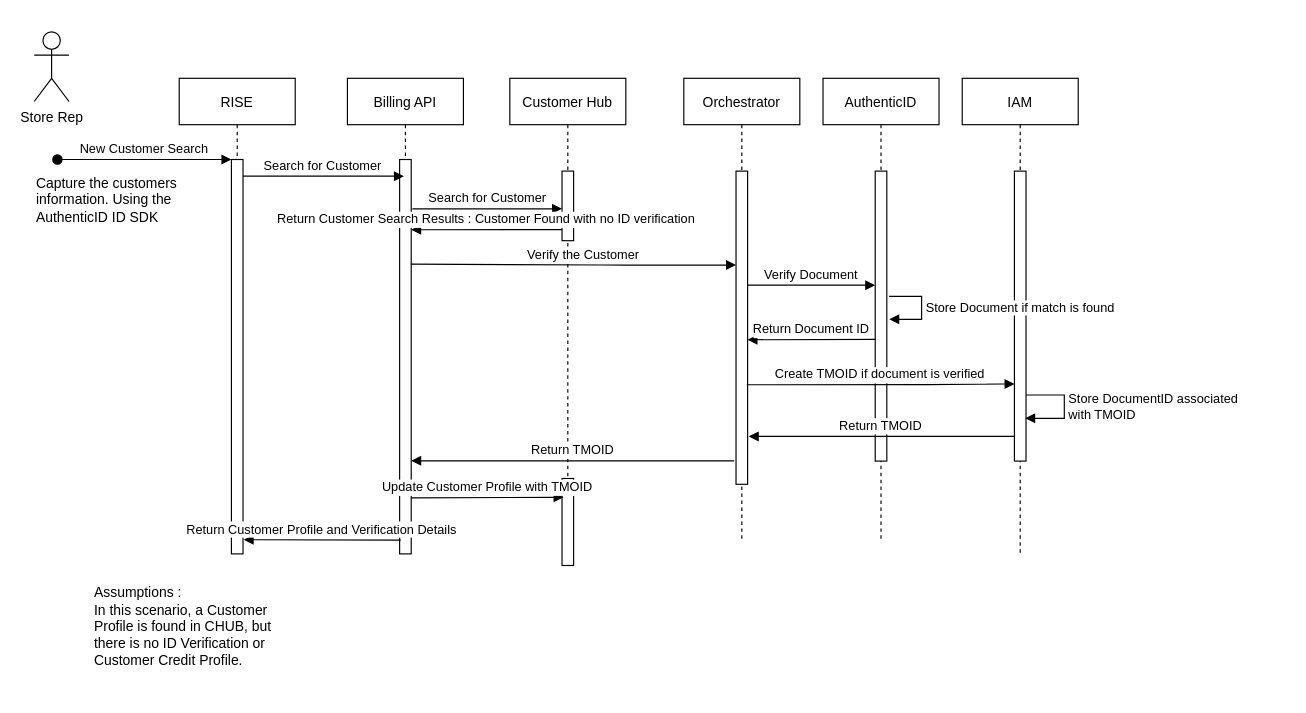
Earlier version of the draw.io diagram New_Customer_Create_IDVerification.drawio (ilokos/NCIM). Source tidied: cells renumbered, new cells numbered last; positions are measured from the earlier drawing's top-left corner, leaving out a move shared by most shapes. Both pictures are drawn from the tidied source at 116%, with x=0, y=0 at pixel (34, 31).
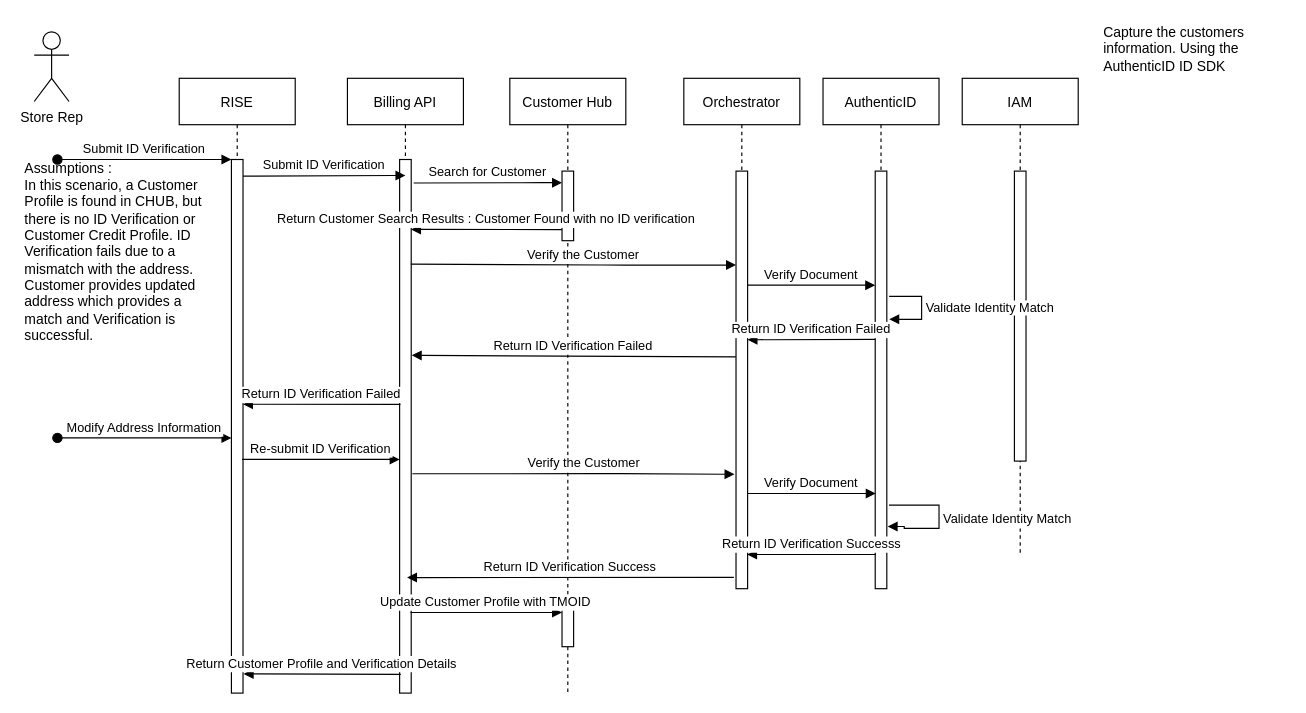
After the change.

Unchanged cells that the change refers to:
```xml
<mxCell id="10" style="html=1;points=[];perimeter=orthogonalPerimeter;" parent="9" vertex="1">
  <mxGeometry x="45" y="80" width="10" height="60" as="geometry" />
</mxCell>
<mxCell id="18" value="IAM" style="shape=umlLifeline;perimeter=lifelinePerimeter;rounded=0;shadow=0;strokeWidth=1;" parent="1" vertex="1">
  <mxGeometry x="800" y="40" width="100" height="410" as="geometry" />
</mxCell>
```

The edit, as a diff of the source:
```diff
@@
     <mxCell id="2" value="RISE" style="shape=umlLifeline;perimeter=lifelinePerimeter;rounded=0;shadow=0;strokeWidth=1;" parent="1" vertex="1">
-      <mxGeometry x="125" y="40" width="100" height="410" as="geometry" />
+      <mxGeometry x="125" y="40" width="100" height="530" as="geometry" />
     </mxCell>
     <mxCell id="3" style="points=[];perimeter=orthogonalPerimeter;rounded=0;shadow=0;strokeWidth=1;" parent="2" vertex="1">
-      <mxGeometry x="45" y="70" width="10" height="340" as="geometry" />
+      <mxGeometry x="45" y="70" width="10" height="460" as="geometry" />
     </mxCell>
-    <mxCell id="4" value="New Customer Search" style="verticalAlign=bottom;startArrow=oval;endArrow=block;startSize=8;shadow=0;strokeWidth=1;" parent="2" edge="1" target="3">
+    <mxCell id="4" value="Submit ID Verification" style="verticalAlign=bottom;startArrow=oval;endArrow=block;startSize=8;shadow=0;strokeWidth=1;" parent="2" edge="1" target="3">
       <mxGeometry relative="1" as="geometry">
         <mxPoint x="-105" y="70" as="sourcePoint" />
       </mxGeometry>
     </mxCell>
     <mxCell id="5" value="Billing API" style="shape=umlLifeline;perimeter=lifelinePerimeter;rounded=0;shadow=0;strokeWidth=1;" parent="1" vertex="1">
-      <mxGeometry x="270" y="40" width="100" height="410" as="geometry" />
+      <mxGeometry x="270" y="40" width="100" height="530" as="geometry" />
     </mxCell>
     <mxCell id="6" style="points=[];perimeter=orthogonalPerimeter;rounded=0;shadow=0;strokeWidth=1;" parent="5" vertex="1">
-      <mxGeometry x="45" y="70" width="10" height="340" as="geometry" />
+      <mxGeometry x="45" y="70" width="10" height="460" as="geometry" />
     </mxCell>
-    <mxCell id="7" value="Search for Customer" style="verticalAlign=bottom;endArrow=block;entryX=0.487;entryY=0.261;shadow=0;strokeWidth=1;entryDx=0;entryDy=0;entryPerimeter=0;" parent="1" edge="1">
+    <mxCell id="7" value="Submit ID Verification" style="verticalAlign=bottom;endArrow=block;shadow=0;strokeWidth=1;entryX=0.5;entryY=0.03;entryDx=0;entryDy=0;entryPerimeter=0;" parent="1" edge="1" target="6">
       <mxGeometry relative="1" as="geometry">
         <mxPoint x="180" y="124.4" as="sourcePoint" />
-        <mxPoint x="318.7" y="124.4" as="targetPoint" />
       </mxGeometry>
     </mxCell>
@@
     <mxCell id="9" value="Customer Hub" style="shape=umlLifeline;perimeter=lifelinePerimeter;rounded=0;shadow=0;strokeWidth=1;" parent="1" vertex="1">
-      <mxGeometry x="410" y="40" width="100" height="420" as="geometry" />
+      <mxGeometry x="410" y="40" width="100" height="530" as="geometry" />
     </mxCell>
@@
     <mxCell id="11" style="html=1;points=[];perimeter=orthogonalPerimeter;" parent="9" vertex="1">
-      <mxGeometry x="45" y="345" width="10" height="75" as="geometry" />
+      <mxGeometry x="45" y="450" width="10" height="40" as="geometry" />
     </mxCell>
-    <mxCell id="12" value="Search for Customer" style="verticalAlign=bottom;endArrow=block;shadow=0;strokeWidth=1;exitX=1.1;exitY=0.125;exitDx=0;exitDy=0;exitPerimeter=0;" parent="1" edge="1" source="6" target="10">
-      <mxGeometry relative="1" as="geometry" />
+    <mxCell id="12" value="Search for Customer" style="verticalAlign=bottom;endArrow=block;shadow=0;strokeWidth=1;exitX=1.214;exitY=0.044;exitDx=0;exitDy=0;exitPerimeter=0;" parent="1" edge="1" source="6" target="10">
+      <mxGeometry relative="1" as="geometry">
+        <Array as="points">
+          <mxPoint x="430" y="130" />
+        </Array>
+      </mxGeometry>
     </mxCell>
     <mxCell id="13" value="Capture the customers information. Using the AuthenticID ID SDK" style="text;html=1;strokeColor=none;fillColor=none;align=left;verticalAlign=middle;whiteSpace=wrap;rounded=0;" parent="1" vertex="1">
-      <mxGeometry y="120" width="160" height="50" as="geometry" />
+      <mxGeometry x="920" y="-10" width="160" height="50" as="geometry" />
     </mxCell>
     <mxCell id="14" value="Orchestrator" style="shape=umlLifeline;perimeter=lifelinePerimeter;rounded=0;shadow=0;strokeWidth=1;" parent="1" vertex="1">
-      <mxGeometry x="560" y="40" width="100" height="400" as="geometry" />
+      <mxGeometry x="560" y="40" width="100" height="440" as="geometry" />
     </mxCell>
     <mxCell id="15" style="points=[];perimeter=orthogonalPerimeter;rounded=0;shadow=0;strokeWidth=1;" parent="14" vertex="1">
-      <mxGeometry x="45" y="80" width="10" height="270" as="geometry" />
+      <mxGeometry x="45" y="80" width="10" height="360" as="geometry" />
     </mxCell>
-    <mxCell id="16" value="Return Customer Search Results : Customer Found with no ID verification" style="verticalAlign=bottom;endArrow=block;shadow=0;strokeWidth=1;exitX=-0.014;exitY=0.84;exitDx=0;exitDy=0;exitPerimeter=0;" parent="1" edge="1" source="10">
-      <mxGeometry relative="1" as="geometry">
-        <mxPoint x="325" y="170.6" as="targetPoint" />
-      </mxGeometry>
+    <mxCell id="16" value="Return Customer Search Results : Customer Found with no ID verification" style="verticalAlign=bottom;endArrow=block;shadow=0;strokeWidth=1;exitX=-0.014;exitY=0.84;exitDx=0;exitDy=0;exitPerimeter=0;entryX=0.986;entryY=0.131;entryDx=0;entryDy=0;entryPerimeter=0;" parent="1" edge="1" source="10" target="6">
+      <mxGeometry relative="1" as="geometry" />
     </mxCell>
-    <mxCell id="17" value="Assumptions :&amp;nbsp;&lt;br&gt;In this scenario, a Customer Profile is found in CHUB, but there is no ID Verification or Customer Credit Profile.&lt;br&gt;&lt;br&gt;" style="text;html=1;strokeColor=none;fillColor=none;align=left;verticalAlign=middle;whiteSpace=wrap;rounded=0;" parent="1" vertex="1">
-      <mxGeometry x="50" y="470" width="160" height="100" as="geometry" />
+    <mxCell id="17" value="Assumptions :&amp;nbsp;&lt;br&gt;In this scenario, a Customer Profile is found in CHUB, but there is no ID Verification or Customer Credit Profile. ID Verification fails due to a mismatch with the address. Customer provides updated address which provides a match and Verification is successful.&lt;br&gt;" style="text;html=1;strokeColor=none;fillColor=none;align=left;verticalAlign=middle;whiteSpace=wrap;rounded=0;" parent="1" vertex="1">
+      <mxGeometry x="-10" y="140" width="160" height="100" as="geometry" />
     </mxCell>
@@
-    <mxCell id="20" value="Store DocumentID associated &lt;br&gt;with TMOID" style="edgeStyle=orthogonalEdgeStyle;html=1;align=left;spacingLeft=2;endArrow=block;rounded=0;entryX=0.929;entryY=0.87;entryDx=0;entryDy=0;entryPerimeter=0;" parent="18" edge="1">
-      <mxGeometry relative="1" as="geometry">
-        <mxPoint x="55" y="273" as="sourcePoint" />
-        <mxPoint x="54.3" y="293.1" as="targetPoint" />
-        <Array as="points">
-          <mxPoint x="88" y="273" />
-          <mxPoint x="88" y="293" />
-        </Array>
-      </mxGeometry>
-    </mxCell>
@@
     <mxCell id="22" value="AuthenticID" style="shape=umlLifeline;perimeter=lifelinePerimeter;rounded=0;shadow=0;strokeWidth=1;" parent="1" vertex="1">
-      <mxGeometry x="680" y="40" width="100" height="400" as="geometry" />
+      <mxGeometry x="680" y="40" width="100" height="440" as="geometry" />
     </mxCell>
     <mxCell id="23" style="points=[];perimeter=orthogonalPerimeter;rounded=0;shadow=0;strokeWidth=1;" parent="22" vertex="1">
-      <mxGeometry x="45" y="80" width="10" height="250" as="geometry" />
+      <mxGeometry x="45" y="80" width="10" height="360" as="geometry" />
     </mxCell>
@@
-    <mxCell id="25" value="Store Document if match is found" style="edgeStyle=orthogonalEdgeStyle;html=1;align=left;spacingLeft=2;endArrow=block;rounded=0;entryX=1.214;entryY=0.523;entryDx=0;entryDy=0;entryPerimeter=0;" parent="22" edge="1">
+    <mxCell id="25" value="Validate Identity Match" style="edgeStyle=orthogonalEdgeStyle;html=1;align=left;spacingLeft=2;endArrow=block;rounded=0;entryX=1.214;entryY=0.523;entryDx=0;entryDy=0;entryPerimeter=0;" parent="22" edge="1">
       <mxGeometry relative="1" as="geometry">
         <mxPoint x="57" y="188" as="sourcePoint" />
         <mxPoint x="57.1" y="207.8" as="targetPoint" />
         <Array as="points">
           <mxPoint x="85" y="188" />
           <mxPoint x="85" y="208" />
         </Array>
       </mxGeometry>
     </mxCell>
-    <mxCell id="26" value="Create TMOID if document is verified" style="verticalAlign=bottom;endArrow=block;shadow=0;strokeWidth=1;exitX=0.929;exitY=0.515;exitDx=0;exitDy=0;exitPerimeter=0;entryX=0.014;entryY=0.512;entryDx=0;entryDy=0;entryPerimeter=0;" parent="1" edge="1">
-      <mxGeometry relative="1" as="geometry">
-        <mxPoint x="614.3" y="304.2" as="sourcePoint" />
-        <mxPoint x="845.1" y="303.5" as="targetPoint" />
-        <Array as="points">
-          <mxPoint x="780" y="304" />
-        </Array>
-      </mxGeometry>
-    </mxCell>
+    <mxCell id="32" value="Validate Identity Match" style="edgeStyle=orthogonalEdgeStyle;html=1;align=left;spacingLeft=2;endArrow=block;rounded=0;entryX=1.071;entryY=0.851;entryDx=0;entryDy=0;entryPerimeter=0;exitX=1.186;exitY=0.8;exitDx=0;exitDy=0;exitPerimeter=0;" parent="22" edge="1" source="23" target="23">
+      <mxGeometry relative="1" as="geometry">
+        <Array as="points">
+          <mxPoint x="100" y="368" />
+          <mxPoint x="100" y="388" />
+          <mxPoint x="70" y="388" />
+          <mxPoint x="70" y="386" />
+        </Array>
+      </mxGeometry>
+    </mxCell>
-    <mxCell id="27" value="Return TMOID" style="verticalAlign=bottom;endArrow=block;shadow=0;strokeWidth=1;exitX=-0.1;exitY=0.665;exitDx=0;exitDy=0;exitPerimeter=0;" parent="1" edge="1">
-      <mxGeometry relative="1" as="geometry">
-        <mxPoint x="845" y="348.7" as="sourcePoint" />
-        <mxPoint x="616" y="348.7" as="targetPoint" />
-      </mxGeometry>
+    <mxCell id="27" value="Return ID Verification Failed" style="verticalAlign=bottom;endArrow=block;shadow=0;strokeWidth=1;exitX=-0.014;exitY=0.445;exitDx=0;exitDy=0;exitPerimeter=0;entryX=1.043;entryY=0.367;entryDx=0;entryDy=0;entryPerimeter=0;" parent="1" edge="1" source="15" target="6">
+      <mxGeometry relative="1" as="geometry" />
     </mxCell>
-    <mxCell id="28" value="Return Document ID" style="verticalAlign=bottom;endArrow=block;shadow=0;strokeWidth=1;entryX=0.986;entryY=0.597;entryDx=0;entryDy=0;entryPerimeter=0;" parent="1" edge="1">
+    <mxCell id="28" value="Return ID Verification Failed" style="verticalAlign=bottom;endArrow=block;shadow=0;strokeWidth=1;entryX=0.986;entryY=0.597;entryDx=0;entryDy=0;entryPerimeter=0;" parent="1" edge="1">
       <mxGeometry relative="1" as="geometry">
         <mxPoint x="725" y="265" as="sourcePoint" />
         <mxPoint x="614.9" y="265.4" as="targetPoint" />
       </mxGeometry>
     </mxCell>
-    <mxCell id="29" value="Return TMOID" style="verticalAlign=bottom;endArrow=block;shadow=0;strokeWidth=1;exitX=-0.157;exitY=0.925;exitDx=0;exitDy=0;exitPerimeter=0;" parent="1" edge="1" source="15" target="6">
-      <mxGeometry relative="1" as="geometry" />
+    <mxCell id="29" value="Return ID Verification Failed" style="verticalAlign=bottom;endArrow=block;shadow=0;strokeWidth=1;exitX=0.071;exitY=0.459;exitDx=0;exitDy=0;exitPerimeter=0;" parent="1" edge="1" source="6">
+      <mxGeometry relative="1" as="geometry">
+        <mxPoint x="180" y="321" as="targetPoint" />
+      </mxGeometry>
     </mxCell>
@@
-    <mxCell id="31" value="Update Customer Profile with TMOID" style="verticalAlign=bottom;endArrow=block;shadow=0;strokeWidth=1;entryX=0.128;entryY=0.216;entryDx=0;entryDy=0;entryPerimeter=0;exitX=0.99;exitY=0.858;exitDx=0;exitDy=0;exitPerimeter=0;" parent="1" edge="1" source="6" target="11">
+    <mxCell id="31" value="Update Customer Profile with TMOID" style="verticalAlign=bottom;endArrow=block;shadow=0;strokeWidth=1;exitX=0.929;exitY=0.849;exitDx=0;exitDy=0;exitPerimeter=0;" parent="1" edge="1" source="6" target="11">
       <mxGeometry relative="1" as="geometry" />
     </mxCell>
+    <mxCell id="33" value="Modify Address Information" style="verticalAlign=bottom;startArrow=oval;endArrow=block;startSize=8;shadow=0;strokeWidth=1;" parent="1" edge="1" target="3">
+      <mxGeometry relative="1" as="geometry">
+        <mxPoint x="20" y="350" as="sourcePoint" />
+      </mxGeometry>
+    </mxCell>
+    <mxCell id="34" value="Re-submit ID Verification" style="verticalAlign=bottom;endArrow=block;shadow=0;strokeWidth=1;exitX=0.914;exitY=0.562;exitDx=0;exitDy=0;exitPerimeter=0;" parent="1" edge="1" source="3" target="6">
+      <mxGeometry relative="1" as="geometry" />
+    </mxCell>
+    <mxCell id="35" value="Verify the Customer" style="verticalAlign=bottom;endArrow=block;shadow=0;strokeWidth=1;exitX=1.1;exitY=0.589;exitDx=0;exitDy=0;exitPerimeter=0;entryX=-0.129;entryY=0.726;entryDx=0;entryDy=0;entryPerimeter=0;" parent="1" edge="1" source="6" target="15">
+      <mxGeometry x="0.28" y="30" relative="1" as="geometry">
+        <Array as="points">
+          <mxPoint x="495.4" y="380.8" />
+        </Array>
+        <mxPoint x="-30" y="30" as="offset" />
+      </mxGeometry>
+    </mxCell>
+    <mxCell id="36" value="Verify Document" style="verticalAlign=bottom;endArrow=block;shadow=0;strokeWidth=1;entryX=0.043;entryY=0.772;entryDx=0;entryDy=0;entryPerimeter=0;" parent="1" edge="1" source="15" target="23">
+      <mxGeometry relative="1" as="geometry" />
+    </mxCell>
+    <mxCell id="37" value="Return ID Verification Success" style="verticalAlign=bottom;endArrow=block;shadow=0;strokeWidth=1;entryX=1.1;entryY=0.463;entryDx=0;entryDy=0;entryPerimeter=0;exitX=-0.186;exitY=0.973;exitDx=0;exitDy=0;exitPerimeter=0;" parent="1" edge="1" source="15">
+      <mxGeometry relative="1" as="geometry">
+        <mxPoint x="321.4" y="470.4" as="targetPoint" />
+      </mxGeometry>
+    </mxCell>
+    <mxCell id="38" value="Return ID Verification Successs" style="verticalAlign=bottom;endArrow=block;shadow=0;strokeWidth=1;entryX=0.957;entryY=0.918;entryDx=0;entryDy=0;entryPerimeter=0;exitX=0.043;exitY=0.918;exitDx=0;exitDy=0;exitPerimeter=0;" parent="1" edge="1" source="23" target="15">
+      <mxGeometry relative="1" as="geometry" />
+    </mxCell>
```
